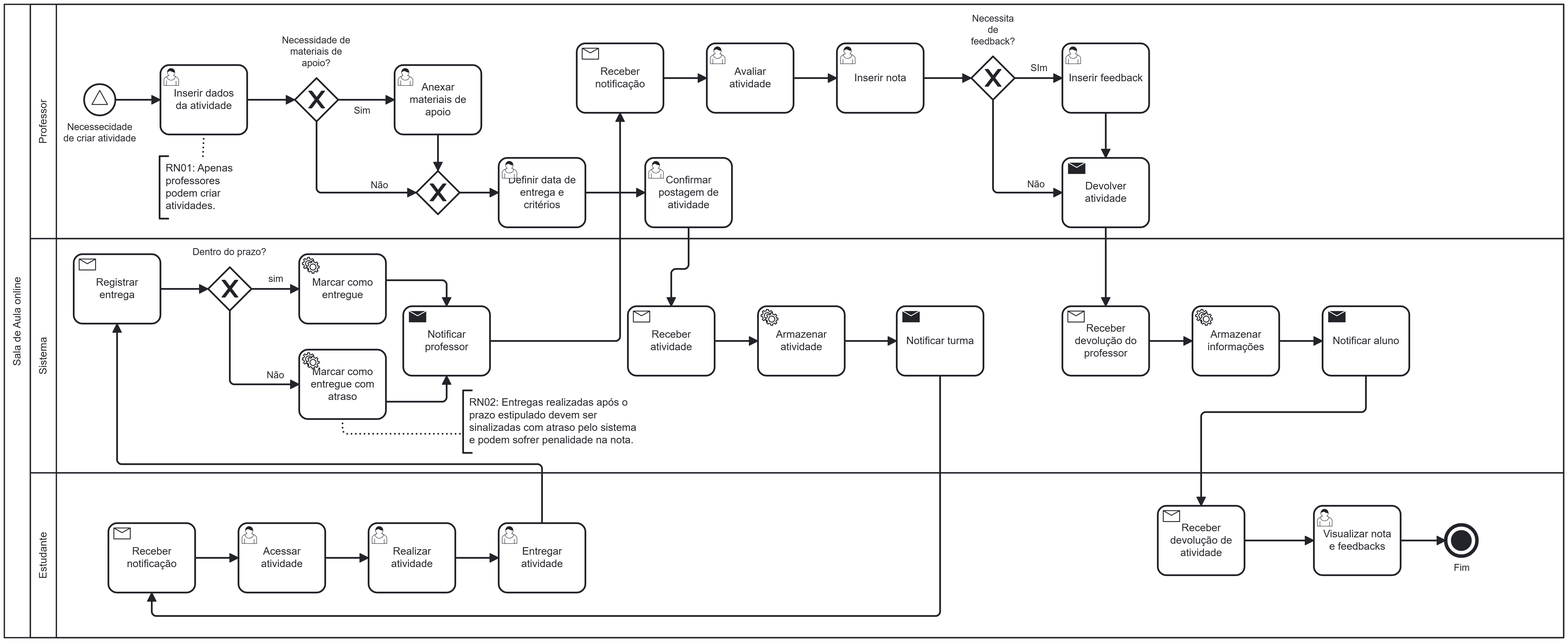
Earlier version of the BPMN export bpmn/Fluxo de Processos de Negócio.png (SakamotoGB/Sistema_Gestao_Sala_Online). Its source is kept beside it as bpmn/Fluxo de Processos de Negócio.bpmn. Ids are renumbered.
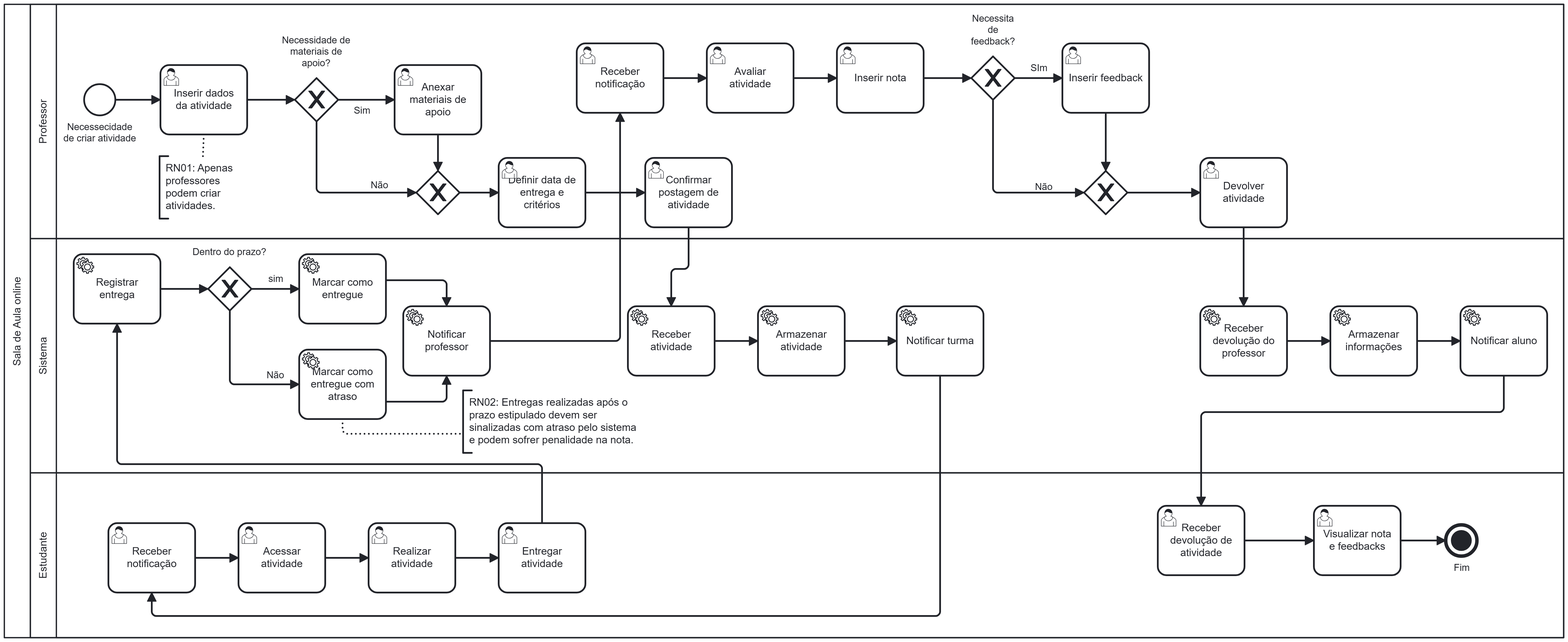
After the change.

Commit message:
Mais correções no bpmn

What changed in the source:
```diff
@@ -16,3 +16,2 @@
         <bpmn:flowNodeRef>Gateway_n12</bpmn:flowNodeRef>
-        <bpmn:flowNodeRef>Event_n13</bpmn:flowNodeRef>
         <bpmn:flowNodeRef>Activity_n7</bpmn:flowNodeRef>
@@ -20,4 +19,2 @@
         <bpmn:flowNodeRef>Gateway_n15</bpmn:flowNodeRef>
-        <bpmn:flowNodeRef>Activity_n16</bpmn:flowNodeRef>
-        <bpmn:flowNodeRef>Activity_n17</bpmn:flowNodeRef>
         <bpmn:flowNodeRef>Activity_n18</bpmn:flowNodeRef>
@@ -28,2 +25,6 @@
         <bpmn:flowNodeRef>Gateway_n23</bpmn:flowNodeRef>
+        <bpmn:flowNodeRef>Event_n13</bpmn:flowNodeRef>
+        <bpmn:flowNodeRef>Activity_n17</bpmn:flowNodeRef>
+        <bpmn:flowNodeRef>Activity_n16</bpmn:flowNodeRef>
+        <bpmn:flowNodeRef>Gateway_n84</bpmn:flowNodeRef>
         <bpmn:childLaneSet id="LaneSet_n24">
@@ -31,3 +32,2 @@
             <bpmn:flowNodeRef>Gateway_n12</bpmn:flowNodeRef>
-            <bpmn:flowNodeRef>Event_n13</bpmn:flowNodeRef>
             <bpmn:flowNodeRef>Activity_n7</bpmn:flowNodeRef>
@@ -35,4 +35,2 @@
             <bpmn:flowNodeRef>Gateway_n15</bpmn:flowNodeRef>
-            <bpmn:flowNodeRef>Activity_n16</bpmn:flowNodeRef>
-            <bpmn:flowNodeRef>Activity_n17</bpmn:flowNodeRef>
             <bpmn:flowNodeRef>Activity_n18</bpmn:flowNodeRef>
@@ -43,2 +41,6 @@
             <bpmn:flowNodeRef>Gateway_n23</bpmn:flowNodeRef>
+            <bpmn:flowNodeRef>Event_n13</bpmn:flowNodeRef>
+            <bpmn:flowNodeRef>Activity_n17</bpmn:flowNodeRef>
+            <bpmn:flowNodeRef>Activity_n16</bpmn:flowNodeRef>
+            <bpmn:flowNodeRef>Gateway_n84</bpmn:flowNodeRef>
           </bpmn:lane>
@@ -48,12 +50,12 @@
         <bpmn:flowNodeRef>Gateway_n27</bpmn:flowNodeRef>
-        <bpmn:flowNodeRef>Activity_n28</bpmn:flowNodeRef>
         <bpmn:flowNodeRef>Activity_n29</bpmn:flowNodeRef>
         <bpmn:flowNodeRef>Activity_n9</bpmn:flowNodeRef>
-        <bpmn:flowNodeRef>Activity_n30</bpmn:flowNodeRef>
-        <bpmn:flowNodeRef>Activity_n31</bpmn:flowNodeRef>
-        <bpmn:flowNodeRef>Activity_n32</bpmn:flowNodeRef>
-        <bpmn:flowNodeRef>Activity_n33</bpmn:flowNodeRef>
-        <bpmn:flowNodeRef>Activity_n34</bpmn:flowNodeRef>
         <bpmn:flowNodeRef>Activity_n35</bpmn:flowNodeRef>
         <bpmn:flowNodeRef>Activity_n36</bpmn:flowNodeRef>
+        <bpmn:flowNodeRef>Activity_n34</bpmn:flowNodeRef>
+        <bpmn:flowNodeRef>Activity_n33</bpmn:flowNodeRef>
+        <bpmn:flowNodeRef>Activity_n28</bpmn:flowNodeRef>
+        <bpmn:flowNodeRef>Activity_n31</bpmn:flowNodeRef>
+        <bpmn:flowNodeRef>Activity_n30</bpmn:flowNodeRef>
+        <bpmn:flowNodeRef>Activity_n32</bpmn:flowNodeRef>
         <bpmn:childLaneSet id="LaneSet_n37">
@@ -61,12 +63,12 @@
             <bpmn:flowNodeRef>Gateway_n27</bpmn:flowNodeRef>
-            <bpmn:flowNodeRef>Activity_n28</bpmn:flowNodeRef>
             <bpmn:flowNodeRef>Activity_n29</bpmn:flowNodeRef>
             <bpmn:flowNodeRef>Activity_n9</bpmn:flowNodeRef>
-            <bpmn:flowNodeRef>Activity_n30</bpmn:flowNodeRef>
-            <bpmn:flowNodeRef>Activity_n31</bpmn:flowNodeRef>
-            <bpmn:flowNodeRef>Activity_n32</bpmn:flowNodeRef>
-            <bpmn:flowNodeRef>Activity_n33</bpmn:flowNodeRef>
-            <bpmn:flowNodeRef>Activity_n34</bpmn:flowNodeRef>
             <bpmn:flowNodeRef>Activity_n35</bpmn:flowNodeRef>
             <bpmn:flowNodeRef>Activity_n36</bpmn:flowNodeRef>
+            <bpmn:flowNodeRef>Activity_n34</bpmn:flowNodeRef>
+            <bpmn:flowNodeRef>Activity_n33</bpmn:flowNodeRef>
+            <bpmn:flowNodeRef>Activity_n28</bpmn:flowNodeRef>
+            <bpmn:flowNodeRef>Activity_n31</bpmn:flowNodeRef>
+            <bpmn:flowNodeRef>Activity_n30</bpmn:flowNodeRef>
+            <bpmn:flowNodeRef>Activity_n32</bpmn:flowNodeRef>
           </bpmn:lane>
@@ -75,3 +77,2 @@
       <bpmn:lane id="Lane_n39" name="Estudante">
-        <bpmn:flowNodeRef>Activity_n40</bpmn:flowNodeRef>
         <bpmn:flowNodeRef>Activity_n41</bpmn:flowNodeRef>
@@ -79,8 +80,8 @@
         <bpmn:flowNodeRef>Activity_n43</bpmn:flowNodeRef>
-        <bpmn:flowNodeRef>Activity_n44</bpmn:flowNodeRef>
         <bpmn:flowNodeRef>Activity_n45</bpmn:flowNodeRef>
         <bpmn:flowNodeRef>Event_n46</bpmn:flowNodeRef>
+        <bpmn:flowNodeRef>Activity_n40</bpmn:flowNodeRef>
+        <bpmn:flowNodeRef>Activity_n44</bpmn:flowNodeRef>
         <bpmn:childLaneSet id="LaneSet_n47">
           <bpmn:lane id="Lane_n48">
-            <bpmn:flowNodeRef>Activity_n40</bpmn:flowNodeRef>
             <bpmn:flowNodeRef>Activity_n41</bpmn:flowNodeRef>
@@ -88,5 +89,6 @@
             <bpmn:flowNodeRef>Activity_n43</bpmn:flowNodeRef>
-            <bpmn:flowNodeRef>Activity_n44</bpmn:flowNodeRef>
             <bpmn:flowNodeRef>Activity_n45</bpmn:flowNodeRef>
             <bpmn:flowNodeRef>Event_n46</bpmn:flowNodeRef>
+            <bpmn:flowNodeRef>Activity_n40</bpmn:flowNodeRef>
+            <bpmn:flowNodeRef>Activity_n44</bpmn:flowNodeRef>
           </bpmn:lane>
@@ -100,6 +102,2 @@
     </bpmn:exclusiveGateway>
-    <bpmn:startEvent id="Event_n13" name="Necessecidade de criar atividade">
-      <bpmn:outgoing>Flow_n52</bpmn:outgoing>
-      <bpmn:signalEventDefinition id="SignalEventDefinition_n53" />
-    </bpmn:startEvent>
     <bpmn:exclusiveGateway id="Gateway_n27" name="Dentro do prazo?">
@@ -123,6 +121,2 @@
     </bpmn:userTask>
-    <bpmn:receiveTask id="Activity_n28" name="Registrar entrega">
-      <bpmn:incoming>Flow_n58</bpmn:incoming>
-      <bpmn:outgoing>Flow_n54</bpmn:outgoing>
-    </bpmn:receiveTask>
     <bpmn:serviceTask id="Activity_n29" name="Marcar como entregue">
@@ -135,14 +129,2 @@
     </bpmn:serviceTask>
-    <bpmn:receiveTask id="Activity_n30" name="Receber devolução do professor">
-      <bpmn:incoming>Flow_n61</bpmn:incoming>
-      <bpmn:outgoing>Flow_n62</bpmn:outgoing>
-    </bpmn:receiveTask>
-    <bpmn:serviceTask id="Activity_n31" name="Armazenar informações">
-      <bpmn:incoming>Flow_n62</bpmn:incoming>
-      <bpmn:outgoing>Flow_n63</bpmn:outgoing>
-    </bpmn:serviceTask>
-    <bpmn:sendTask id="Activity_n32" name="Notificar aluno">
-      <bpmn:incoming>Flow_n63</bpmn:incoming>
-      <bpmn:outgoing>Flow_n64</bpmn:outgoing>
-    </bpmn:sendTask>
     <bpmn:exclusiveGateway id="Gateway_n15" name="Necessita de feedback?">
@@ -152,11 +134,2 @@
     </bpmn:exclusiveGateway>
-    <bpmn:sendTask id="Activity_n16" name="Devolver atividade">
-      <bpmn:incoming>Flow_n68</bpmn:incoming>
-      <bpmn:incoming>Flow_n67</bpmn:incoming>
-      <bpmn:outgoing>Flow_n61</bpmn:outgoing>
-    </bpmn:sendTask>
-    <bpmn:receiveTask id="Activity_n17" name="Receber notificação">
-      <bpmn:incoming>Flow_n69</bpmn:incoming>
-      <bpmn:outgoing>Flow_n70</bpmn:outgoing>
-    </bpmn:receiveTask>
     <bpmn:userTask id="Activity_n18" name="Avaliar atividade">
@@ -182,7 +155,2 @@
     </bpmn:userTask>
-    <bpmn:sendTask id="Activity_n33" name="Notificar professor">
-      <bpmn:incoming>Flow_n60</bpmn:incoming>
-      <bpmn:incoming>Flow_n59</bpmn:incoming>
-      <bpmn:outgoing>Flow_n69</bpmn:outgoing>
-    </bpmn:sendTask>
     <bpmn:userTask id="Activity_n21" name="Definir data de entrega e critérios">
@@ -201,6 +169,2 @@
     </bpmn:userTask>
-    <bpmn:receiveTask id="Activity_n34" name="Receber atividade">
-      <bpmn:incoming>Flow_n74</bpmn:incoming>
-      <bpmn:outgoing>Flow_n75</bpmn:outgoing>
-    </bpmn:receiveTask>
     <bpmn:serviceTask id="Activity_n35" name="Armazenar atividade">
@@ -209,6 +173,2 @@
     </bpmn:serviceTask>
-    <bpmn:sendTask id="Activity_n36" name="Notificar turma">
-      <bpmn:incoming>Flow_n76</bpmn:incoming>
-      <bpmn:outgoing>Flow_n77</bpmn:outgoing>
-    </bpmn:sendTask>
     <bpmn:exclusiveGateway id="Gateway_n23">
@@ -218,6 +178,2 @@
     </bpmn:exclusiveGateway>
-    <bpmn:receiveTask id="Activity_n40" name="Receber notificação">
-      <bpmn:incoming>Flow_n77</bpmn:incoming>
-      <bpmn:outgoing>Flow_n78</bpmn:outgoing>
-    </bpmn:receiveTask>
     <bpmn:userTask id="Activity_n41" name="Acessar atividade">
@@ -243,6 +199,2 @@
     </bpmn:userTask>
-    <bpmn:receiveTask id="Activity_n44" name="Receber devolução de atividade">
-      <bpmn:incoming>Flow_n64</bpmn:incoming>
-      <bpmn:outgoing>Flow_n81</bpmn:outgoing>
-    </bpmn:receiveTask>
     <bpmn:userTask id="Activity_n45" name="Visualizar nota e feedbacks">
@@ -270,4 +222,2 @@
     <bpmn:sequenceFlow id="Flow_n61" sourceRef="Activity_n16" targetRef="Activity_n30" />
-    <bpmn:sequenceFlow id="Flow_n62" sourceRef="Activity_n30" targetRef="Activity_n31" />
-    <bpmn:sequenceFlow id="Flow_n63" sourceRef="Activity_n31" targetRef="Activity_n32" />
     <bpmn:sequenceFlow id="Flow_n64" sourceRef="Activity_n32" targetRef="Activity_n44" />
@@ -275,4 +225,4 @@
     <bpmn:sequenceFlow id="Flow_n66" name="SIm" sourceRef="Gateway_n15" targetRef="Activity_n20" />
-    <bpmn:sequenceFlow id="Flow_n67" name="Não" sourceRef="Gateway_n15" targetRef="Activity_n16" />
-    <bpmn:sequenceFlow id="Flow_n68" sourceRef="Activity_n20" targetRef="Activity_n16" />
+    <bpmn:sequenceFlow id="Flow_n67" name="Não" sourceRef="Gateway_n15" targetRef="Gateway_n84" />
+    <bpmn:sequenceFlow id="Flow_n68" sourceRef="Activity_n20" targetRef="Gateway_n84" />
     <bpmn:sequenceFlow id="Flow_n69" sourceRef="Activity_n33" targetRef="Activity_n17" />
@@ -291,2 +241,70 @@
     <bpmn:sequenceFlow id="Flow_n82" sourceRef="Activity_n45" targetRef="Event_n46" />
+    <bpmn:startEvent id="Event_n13" name="Necessecidade de criar atividade">
+      <bpmn:outgoing>Flow_n52</bpmn:outgoing>
+    </bpmn:startEvent>
+    <bpmn:serviceTask id="Activity_n36" name="Notificar turma">
+      <bpmn:incoming>Flow_n76</bpmn:incoming>
+      <bpmn:outgoing>Flow_n77</bpmn:outgoing>
+    </bpmn:serviceTask>
+    <bpmn:serviceTask id="Activity_n34" name="Receber atividade">
+      <bpmn:incoming>Flow_n74</bpmn:incoming>
+      <bpmn:outgoing>Flow_n75</bpmn:outgoing>
+    </bpmn:serviceTask>
+    <bpmn:serviceTask id="Activity_n33" name="Notificar professor">
+      <bpmn:incoming>Flow_n59</bpmn:incoming>
+      <bpmn:incoming>Flow_n60</bpmn:incoming>
+      <bpmn:outgoing>Flow_n69</bpmn:outgoing>
+    </bpmn:serviceTask>
+    <bpmn:userTask id="Activity_n17" name="Receber notificação">
+      <bpmn:extensionElements>
+        <zeebe:userTask />
+      </bpmn:extensionElements>
+      <bpmn:incoming>Flow_n69</bpmn:incoming>
+      <bpmn:outgoing>Flow_n70</bpmn:outgoing>
+    </bpmn:userTask>
+    <bpmn:userTask id="Activity_n40" name="Receber notificação">
+      <bpmn:extensionElements>
+        <zeebe:userTask />
+      </bpmn:extensionElements>
+      <bpmn:incoming>Flow_n77</bpmn:incoming>
+      <bpmn:outgoing>Flow_n78</bpmn:outgoing>
+    </bpmn:userTask>
+    <bpmn:userTask id="Activity_n44" name="Receber devolução de atividade">
+      <bpmn:extensionElements>
+        <zeebe:userTask />
+      </bpmn:extensionElements>
+      <bpmn:incoming>Flow_n64</bpmn:incoming>
+      <bpmn:outgoing>Flow_n81</bpmn:outgoing>
+    </bpmn:userTask>
+    <bpmn:serviceTask id="Activity_n28" name="Registrar entrega">
+      <bpmn:incoming>Flow_n58</bpmn:incoming>
+      <bpmn:outgoing>Flow_n54</bpmn:outgoing>
+    </bpmn:serviceTask>
+    <bpmn:sequenceFlow id="Flow_n85" sourceRef="Gateway_n84" targetRef="Activity_n16" />
+    <bpmn:serviceTask id="Activity_n31" name="Armazenar informações">
+      <bpmn:incoming>Flow_n62</bpmn:incoming>
+      <bpmn:outgoing>Flow_n63</bpmn:outgoing>
+    </bpmn:serviceTask>
+    <bpmn:serviceTask id="Activity_n30" name="Receber devolução do professor">
+      <bpmn:incoming>Flow_n61</bpmn:incoming>
+      <bpmn:outgoing>Flow_n62</bpmn:outgoing>
+    </bpmn:serviceTask>
+    <bpmn:serviceTask id="Activity_n32" name="Notificar aluno">
+      <bpmn:incoming>Flow_n63</bpmn:incoming>
+      <bpmn:outgoing>Flow_n64</bpmn:outgoing>
+    </bpmn:serviceTask>
+    <bpmn:sequenceFlow id="Flow_n62" sourceRef="Activity_n30" targetRef="Activity_n31" />
+    <bpmn:sequenceFlow id="Flow_n63" sourceRef="Activity_n31" targetRef="Activity_n32" />
+    <bpmn:userTask id="Activity_n16" name="Devolver atividade">
+      <bpmn:extensionElements>
+        <zeebe:userTask />
+      </bpmn:extensionElements>
+      <bpmn:incoming>Flow_n85</bpmn:incoming>
+      <bpmn:outgoing>Flow_n61</bpmn:outgoing>
+    </bpmn:userTask>
+    <bpmn:exclusiveGateway id="Gateway_n84">
+      <bpmn:incoming>Flow_n67</bpmn:incoming>
+      <bpmn:incoming>Flow_n68</bpmn:incoming>
+      <bpmn:outgoing>Flow_n85</bpmn:outgoing>
+    </bpmn:exclusiveGateway>
   </bpmn:process>
@@ -325,8 +343,2 @@
       </bpmndi:BPMNShape>
-      <bpmndi:BPMNShape id="Event_0wtzz2m_di" bpmnElement="Event_n13">
-        <dc:Bounds x="243" y="177" width="36" height="36" />
-        <bpmndi:BPMNLabel>
-          <dc:Bounds x="219" y="220" width="84" height="27" />
-        </bpmndi:BPMNLabel>
-      </bpmndi:BPMNShape>
       <bpmndi:BPMNShape id="Gateway_n27_di" bpmnElement="Gateway_n27" isMarkerVisible="true">
@@ -343,5 +355,2 @@
       </bpmndi:BPMNShape>
-      <bpmndi:BPMNShape id="Activity_0joyq19_di" bpmnElement="Activity_n28">
-        <dc:Bounds x="231" y="373" width="100" height="80" />
-      </bpmndi:BPMNShape>
       <bpmndi:BPMNShape id="Activity_07eqe1f_di" bpmnElement="Activity_n29">
@@ -352,12 +361,2 @@
       </bpmndi:BPMNShape>
-      <bpmndi:BPMNShape id="Activity_000yspj_di" bpmnElement="Activity_n30">
-        <dc:Bounds x="1371" y="433" width="100" height="80" />
-        <bpmndi:BPMNLabel />
-      </bpmndi:BPMNShape>
-      <bpmndi:BPMNShape id="Activity_190hro7_di" bpmnElement="Activity_n31">
-        <dc:Bounds x="1521" y="433" width="100" height="80" />
-      </bpmndi:BPMNShape>
-      <bpmndi:BPMNShape id="Activity_076smly_di" bpmnElement="Activity_n32">
-        <dc:Bounds x="1671" y="433" width="100" height="80" />
-      </bpmndi:BPMNShape>
       <bpmndi:BPMNShape id="Gateway_n15_di" bpmnElement="Gateway_n15" isMarkerVisible="true">
@@ -367,9 +366,2 @@
         </bpmndi:BPMNLabel>
-      </bpmndi:BPMNShape>
-      <bpmndi:BPMNShape id="Activity_01hd9nc_di" bpmnElement="Activity_n16">
-        <dc:Bounds x="1371" y="262" width="100" height="80" />
-        <bpmndi:BPMNLabel />
-      </bpmndi:BPMNShape>
-      <bpmndi:BPMNShape id="Activity_0icxhxl_di" bpmnElement="Activity_n17">
-        <dc:Bounds x="811" y="130" width="100" height="80" />
       </bpmndi:BPMNShape>
@@ -384,5 +376,2 @@
       </bpmndi:BPMNShape>
-      <bpmndi:BPMNShape id="Activity_1wa8r7v_di" bpmnElement="Activity_n33">
-        <dc:Bounds x="611" y="433" width="100" height="80" />
-      </bpmndi:BPMNShape>
       <bpmndi:BPMNShape id="Activity_0kkx5j4_di" bpmnElement="Activity_n21">
@@ -393,5 +382,2 @@
       </bpmndi:BPMNShape>
-      <bpmndi:BPMNShape id="Activity_1h6lwfo_di" bpmnElement="Activity_n34">
-        <dc:Bounds x="870" y="433" width="100" height="80" />
-      </bpmndi:BPMNShape>
       <bpmndi:BPMNShape id="Activity_03qde53_di" bpmnElement="Activity_n35">
@@ -399,11 +385,4 @@
       </bpmndi:BPMNShape>
-      <bpmndi:BPMNShape id="Activity_17emq9e_di" bpmnElement="Activity_n36">
-        <dc:Bounds x="1180" y="433" width="100" height="80" />
-      </bpmndi:BPMNShape>
       <bpmndi:BPMNShape id="Gateway_n23_di" bpmnElement="Gateway_n23" isMarkerVisible="true">
         <dc:Bounds x="626" y="277" width="50" height="50" />
-      </bpmndi:BPMNShape>
-      <bpmndi:BPMNShape id="Activity_16zsy50_di" bpmnElement="Activity_n40">
-        <dc:Bounds x="271" y="683" width="100" height="80" />
-        <bpmndi:BPMNLabel />
       </bpmndi:BPMNShape>
@@ -418,6 +397,2 @@
       </bpmndi:BPMNShape>
-      <bpmndi:BPMNShape id="Activity_1riwb28_di" bpmnElement="Activity_n44">
-        <dc:Bounds x="1481" y="663" width="100" height="80" />
-        <bpmndi:BPMNLabel />
-      </bpmndi:BPMNShape>
       <bpmndi:BPMNShape id="Activity_1xjmvse_di" bpmnElement="Activity_n45">
@@ -430,2 +405,44 @@
         </bpmndi:BPMNLabel>
+      </bpmndi:BPMNShape>
+      <bpmndi:BPMNShape id="Event_11dige1_di" bpmnElement="Event_n13">
+        <dc:Bounds x="243" y="177" width="36" height="36" />
+        <bpmndi:BPMNLabel>
+          <dc:Bounds x="219" y="220" width="84" height="27" />
+        </bpmndi:BPMNLabel>
+      </bpmndi:BPMNShape>
+      <bpmndi:BPMNShape id="Activity_1346778_di" bpmnElement="Activity_n36">
+        <dc:Bounds x="1180" y="433" width="100" height="80" />
+      </bpmndi:BPMNShape>
+      <bpmndi:BPMNShape id="Activity_1fvqj5h_di" bpmnElement="Activity_n34">
+        <dc:Bounds x="870" y="433" width="100" height="80" />
+      </bpmndi:BPMNShape>
+      <bpmndi:BPMNShape id="Activity_0eb09pr_di" bpmnElement="Activity_n33">
+        <dc:Bounds x="611" y="433" width="100" height="80" />
+      </bpmndi:BPMNShape>
+      <bpmndi:BPMNShape id="Activity_0ufs3tn_di" bpmnElement="Activity_n17">
+        <dc:Bounds x="811" y="130" width="100" height="80" />
+      </bpmndi:BPMNShape>
+      <bpmndi:BPMNShape id="Activity_0x7o4hr_di" bpmnElement="Activity_n40">
+        <dc:Bounds x="271" y="683" width="100" height="80" />
+      </bpmndi:BPMNShape>
+      <bpmndi:BPMNShape id="Activity_1s4iy73_di" bpmnElement="Activity_n44">
+        <dc:Bounds x="1481" y="663" width="100" height="80" />
+      </bpmndi:BPMNShape>
+      <bpmndi:BPMNShape id="Activity_0fa227f_di" bpmnElement="Activity_n28">
+        <dc:Bounds x="231" y="373" width="100" height="80" />
+      </bpmndi:BPMNShape>
+      <bpmndi:BPMNShape id="Activity_190hro7_di" bpmnElement="Activity_n31">
+        <dc:Bounds x="1680" y="433" width="100" height="80" />
+      </bpmndi:BPMNShape>
+      <bpmndi:BPMNShape id="Activity_1irwtqf_di" bpmnElement="Activity_n30">
+        <dc:Bounds x="1530" y="433" width="100" height="80" />
+      </bpmndi:BPMNShape>
+      <bpmndi:BPMNShape id="Activity_047nai3_di" bpmnElement="Activity_n32">
+        <dc:Bounds x="1830" y="433" width="100" height="80" />
+      </bpmndi:BPMNShape>
+      <bpmndi:BPMNShape id="Activity_1tsqhge_di" bpmnElement="Activity_n16">
+        <dc:Bounds x="1530" y="262" width="100" height="80" />
+      </bpmndi:BPMNShape>
+      <bpmndi:BPMNShape id="Gateway_n84_di" bpmnElement="Gateway_n84" isMarkerVisible="true">
+        <dc:Bounds x="1396" y="277" width="50" height="50" />
       </bpmndi:BPMNShape>
@@ -494,16 +511,8 @@
       <bpmndi:BPMNEdge id="Flow_n61_di" bpmnElement="Flow_n61">
-        <di:waypoint x="1421" y="342" />
-        <di:waypoint x="1421" y="433" />
-      </bpmndi:BPMNEdge>
-      <bpmndi:BPMNEdge id="Flow_n62_di" bpmnElement="Flow_n62">
-        <di:waypoint x="1471" y="473" />
-        <di:waypoint x="1521" y="473" />
-      </bpmndi:BPMNEdge>
-      <bpmndi:BPMNEdge id="Flow_n63_di" bpmnElement="Flow_n63">
-        <di:waypoint x="1621" y="473" />
-        <di:waypoint x="1671" y="473" />
+        <di:waypoint x="1580" y="342" />
+        <di:waypoint x="1580" y="433" />
       </bpmndi:BPMNEdge>
       <bpmndi:BPMNEdge id="Flow_n64_di" bpmnElement="Flow_n64">
-        <di:waypoint x="1721" y="513" />
-        <di:waypoint x="1721" y="555" />
+        <di:waypoint x="1880" y="513" />
+        <di:waypoint x="1880" y="555" />
         <di:waypoint x="1531" y="555" />
@@ -525,5 +534,5 @@
         <di:waypoint x="1291" y="302" />
-        <di:waypoint x="1371" y="302" />
+        <di:waypoint x="1396" y="302" />
         <bpmndi:BPMNLabel>
-          <dc:Bounds x="1330" y="285.5" width="21" height="14" />
+          <dc:Bounds x="1339" y="289" width="21" height="14" />
         </bpmndi:BPMNLabel>
@@ -532,3 +541,3 @@
         <di:waypoint x="1421" y="210" />
-        <di:waypoint x="1421" y="262" />
+        <di:waypoint x="1421" y="277" />
       </bpmndi:BPMNEdge>
@@ -595,2 +604,14 @@
       </bpmndi:BPMNEdge>
+      <bpmndi:BPMNEdge id="Flow_n85_di" bpmnElement="Flow_n85">
+        <di:waypoint x="1446" y="302" />
+        <di:waypoint x="1530" y="302" />
+      </bpmndi:BPMNEdge>
+      <bpmndi:BPMNEdge id="Flow_n62_di" bpmnElement="Flow_n62">
+        <di:waypoint x="1630" y="473" />
+        <di:waypoint x="1680" y="473" />
+      </bpmndi:BPMNEdge>
+      <bpmndi:BPMNEdge id="Flow_n63_di" bpmnElement="Flow_n63">
+        <di:waypoint x="1780" y="473" />
+        <di:waypoint x="1830" y="473" />
+      </bpmndi:BPMNEdge>
       <bpmndi:BPMNShape id="TextAnnotation_n4_di" bpmnElement="TextAnnotation_n4">
```
